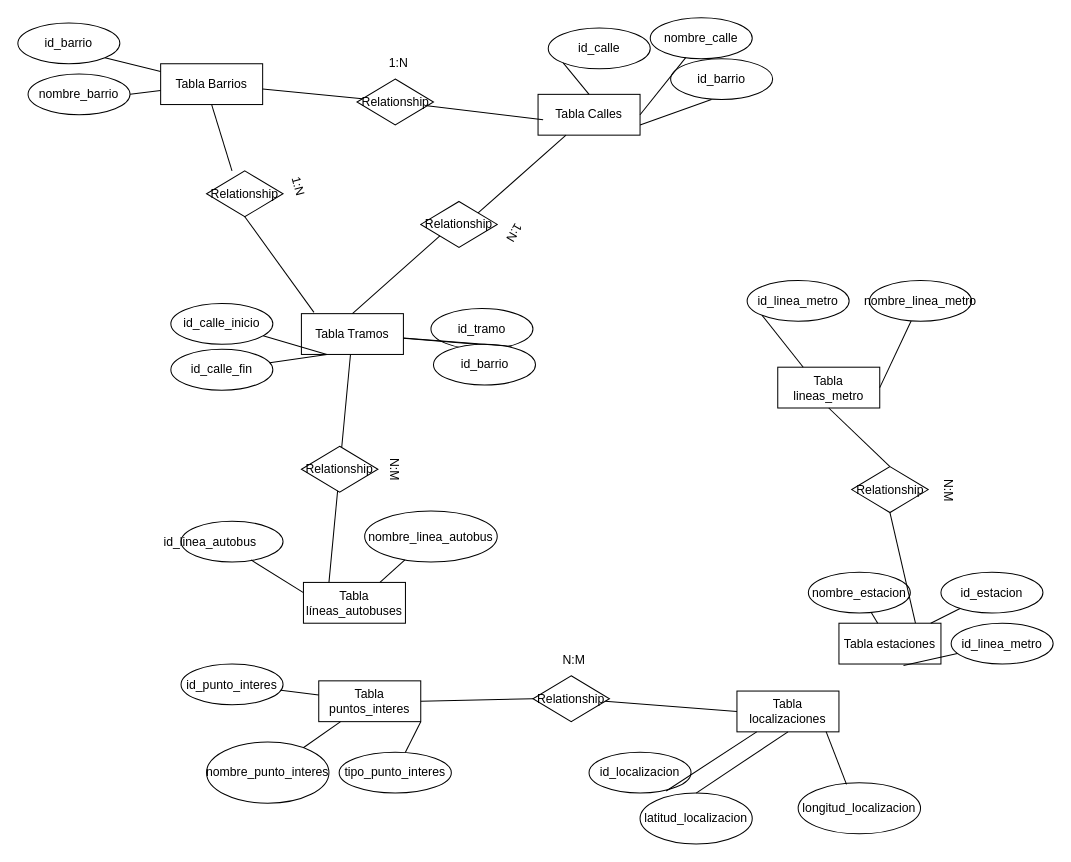
This is diseno_entidad_relacion.drawio from hollyredfield/dam1, a draw.io file, before an edit. Source tidied: cells renumbered, new cells numbered last; positions are measured from the earlier drawing's top-left corner, leaving out a move shared by most shapes. Both pictures are drawn from the tidied source at 102%, with x=0, y=0 at pixel (17, 17).
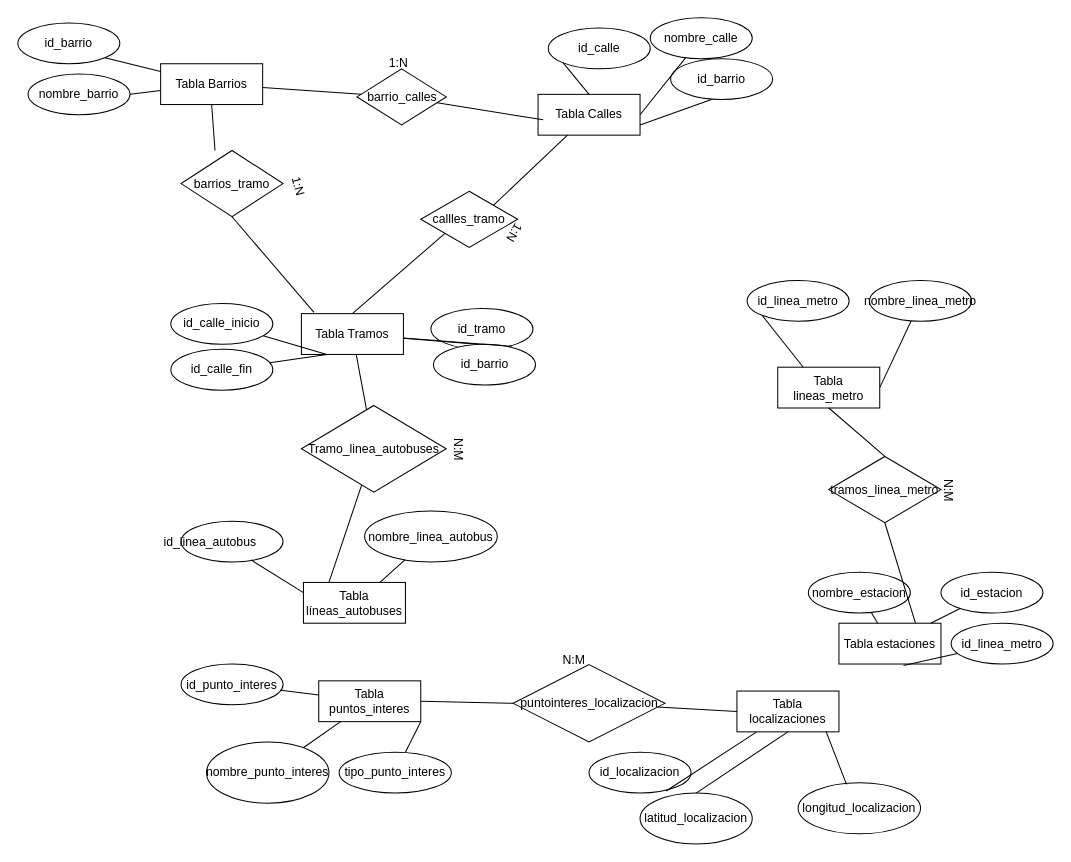
After the change.

Diff of the diagram source:
```diff
@@
-    <mxCell id="53" value="Relationship" style="shape=rhombus;perimeter=rhombusPerimeter;whiteSpace=wrap;html=1;align=center;" parent="1" vertex="1">
-      <mxGeometry x="332.5" y="60" width="75" height="45" as="geometry" />
+    <mxCell id="53" value="barrio_calles" style="shape=rhombus;perimeter=rhombusPerimeter;whiteSpace=wrap;html=1;align=center;" parent="1" vertex="1">
+      <mxGeometry x="332.5" y="50" width="87.5" height="55" as="geometry" />
     </mxCell>
@@
-    <mxCell id="57" value="Relationship" style="shape=rhombus;perimeter=rhombusPerimeter;whiteSpace=wrap;html=1;align=center;" parent="1" vertex="1">
-      <mxGeometry x="395" y="180" width="75" height="45" as="geometry" />
+    <mxCell id="57" value="callles_tramo" style="shape=rhombus;perimeter=rhombusPerimeter;whiteSpace=wrap;html=1;align=center;" parent="1" vertex="1">
+      <mxGeometry x="395" y="170" width="95" height="55" as="geometry" />
     </mxCell>
@@
-    <mxCell id="59" value="Relationship" style="shape=rhombus;perimeter=rhombusPerimeter;whiteSpace=wrap;html=1;align=center;" parent="1" vertex="1">
-      <mxGeometry x="185" y="150" width="75" height="45" as="geometry" />
+    <mxCell id="59" value="barrios_tramo" style="shape=rhombus;perimeter=rhombusPerimeter;whiteSpace=wrap;html=1;align=center;" parent="1" vertex="1">
+      <mxGeometry x="160" y="130" width="100" height="65" as="geometry" />
     </mxCell>
@@
-    <mxCell id="63" value="Relationship" style="shape=rhombus;perimeter=rhombusPerimeter;whiteSpace=wrap;html=1;align=center;" parent="1" vertex="1">
-      <mxGeometry x="817.5" y="440" width="75" height="45" as="geometry" />
+    <mxCell id="63" value="tramos_linea_metro" style="shape=rhombus;perimeter=rhombusPerimeter;whiteSpace=wrap;html=1;align=center;" parent="1" vertex="1">
+      <mxGeometry x="795" y="430" width="110" height="65" as="geometry" />
     </mxCell>
@@
-    <mxCell id="66" value="Relationship" style="shape=rhombus;perimeter=rhombusPerimeter;whiteSpace=wrap;html=1;align=center;" parent="1" vertex="1">
-      <mxGeometry x="278" y="420" width="75" height="45" as="geometry" />
+    <mxCell id="66" value="Tramo_linea_autobuses" style="shape=rhombus;perimeter=rhombusPerimeter;whiteSpace=wrap;html=1;align=center;" parent="1" vertex="1">
+      <mxGeometry x="278" y="380" width="142" height="85" as="geometry" />
     </mxCell>
@@
-    <mxCell id="70" value="Relationship" style="shape=rhombus;perimeter=rhombusPerimeter;whiteSpace=wrap;html=1;align=center;" parent="1" vertex="1">
-      <mxGeometry x="505" y="645" width="75" height="45" as="geometry" />
+    <mxCell id="70" value="puntointeres_localizacion" style="shape=rhombus;perimeter=rhombusPerimeter;whiteSpace=wrap;html=1;align=center;" parent="1" vertex="1">
+      <mxGeometry x="485.6" y="634.1" width="148.8" height="75.9" as="geometry" />
     </mxCell>
@@
     <mxCell id="73" value="N:M" style="text;html=1;align=center;verticalAlign=middle;strokeColor=none;fillColor=none;rotation=90;" parent="1" vertex="1">
-      <mxGeometry x="345" y="427.5" width="50" height="30" as="geometry" />
+      <mxGeometry x="407.5" y="407.5" width="50" height="30" as="geometry" />
     </mxCell>
```
